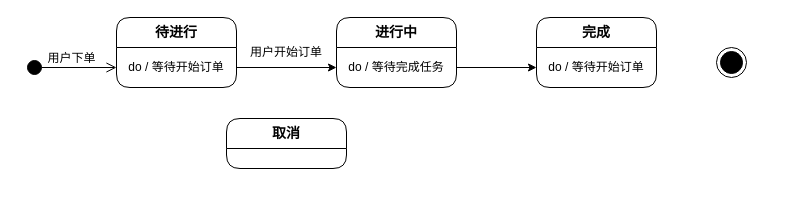
The draw.io diagram 订单状态机.drawio in mochaDMQ/myPicture, before the edit. Source tidied: cells renumbered, new cells numbered last; positions are measured from the earlier drawing's top-left corner, leaving out a move shared by most shapes. Both pictures are drawn from the tidied source at 100%, with x=0, y=0 at pixel (26, 17).
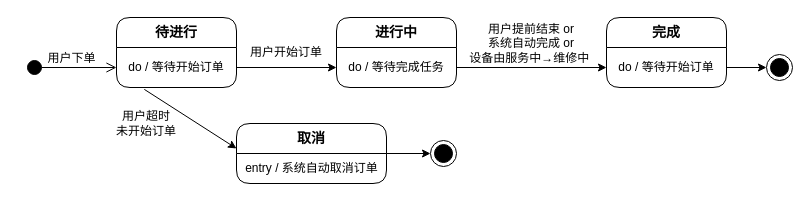
After the change.

Commit message:
更新订单状态机.drawio

Unchanged cells that the change refers to:
```xml
<mxCell id="4" value="do / 等待开始订单" style="text;html=1;strokeColor=none;fillColor=none;align=center;verticalAlign=middle;spacingLeft=4;spacingRight=4;overflow=hidden;points=[[0,0.5],[1,0.5]];portConstraint=eastwest;whiteSpace=wrap;" parent="3" vertex="1">
  <mxGeometry y="30" width="120" height="40" as="geometry" />
</mxCell>
<mxCell id="9" value="do / 等待开始订单" style="text;html=1;strokeColor=none;fillColor=none;align=center;verticalAlign=middle;spacingLeft=4;spacingRight=4;overflow=hidden;points=[[0,0.5],[1,0.5]];portConstraint=eastwest;whiteSpace=wrap;" parent="8" vertex="1">
  <mxGeometry y="30" width="120" height="40" as="geometry" />
</mxCell>
```

What changed in the source:
```diff
@@
     <mxCell id="7" value="&lt;div&gt;&lt;span style=&quot;background-color: transparent; color: light-dark(rgb(0, 0, 0), rgb(255, 255, 255));&quot;&gt;&lt;b&gt;&lt;font style=&quot;font-size: 14px;&quot;&gt;取消&lt;/font&gt;&lt;/b&gt;&lt;/span&gt;&lt;/div&gt;" style="swimlane;fontStyle=0;align=center;verticalAlign=top;horizontal=1;startSize=30;html=1;whiteSpace=wrap;rounded=1;" parent="1" vertex="1">
-      <mxGeometry x="200" y="101" width="120" height="50" as="geometry" />
+      <mxGeometry x="210" y="106" width="150" height="60" as="geometry" />
     </mxCell>
+    <mxCell id="14" value="entry / 系统自动取消订单" style="text;html=1;align=center;verticalAlign=middle;strokeColor=none;fillColor=none;" parent="7" vertex="1">
+      <mxGeometry y="30" width="150" height="30" as="geometry" />
+    </mxCell>
     <mxCell id="8" value="&lt;div&gt;&lt;span style=&quot;background-color: transparent; color: light-dark(rgb(0, 0, 0), rgb(255, 255, 255));&quot;&gt;&lt;b&gt;&lt;font style=&quot;font-size: 14px;&quot;&gt;完成&lt;/font&gt;&lt;/b&gt;&lt;/span&gt;&lt;/div&gt;" style="swimlane;fontStyle=0;align=center;verticalAlign=top;horizontal=1;startSize=30;html=1;whiteSpace=wrap;rounded=1;" parent="1" vertex="1">
-      <mxGeometry x="510" width="120" height="70" as="geometry" />
+      <mxGeometry x="580" width="120" height="70" as="geometry" />
     </mxCell>
@@
     <mxCell id="12" style="ellipse;html=1;shape=endState;fillColor=strokeColor;" parent="1" vertex="1">
-      <mxGeometry x="690" y="30" width="30" height="30" as="geometry" />
+      <mxGeometry x="740" y="37" width="26" height="26" as="geometry" />
     </mxCell>
@@
+    <mxCell id="15" value="用户提前结束 or&lt;div&gt;系统自动完成 or&lt;/div&gt;&lt;div&gt;设备由服务中→维修中&amp;nbsp;&lt;/div&gt;" style="text;html=1;align=center;verticalAlign=middle;whiteSpace=wrap;rounded=0;spacing=0;" parent="1" vertex="1">
+      <mxGeometry x="440" y="11" width="130" height="30" as="geometry" />
+    </mxCell>
+    <mxCell id="16" style="edgeStyle=orthogonalEdgeStyle;rounded=0;jettySize=auto;html=1;exitX=1;exitY=0.5;exitDx=0;exitDy=0;entryX=0;entryY=0.5;entryDx=0;entryDy=0;" parent="1" edge="1" source="9" target="12">
+      <mxGeometry relative="1" as="geometry" />
+    </mxCell>
+    <mxCell id="17" style="endArrow=classic;html=1;rounded=0;exitX=0.232;exitY=1.047;exitDx=0;exitDy=0;exitPerimeter=0;" parent="1" edge="1" source="4">
+      <mxGeometry relative="1" as="geometry">
+        <mxPoint x="210" y="131" as="targetPoint" />
+      </mxGeometry>
+    </mxCell>
+    <mxCell id="18" value="用户超时&lt;div&gt;未开始订单&lt;/div&gt;" style="text;html=1;align=center;verticalAlign=middle;whiteSpace=wrap;rounded=0;" parent="1" vertex="1">
+      <mxGeometry x="80" y="91" width="80" height="30" as="geometry" />
+    </mxCell>
+    <mxCell id="19" style="ellipse;html=1;shape=endState;fillColor=strokeColor;" parent="1" vertex="1">
+      <mxGeometry x="404" y="123" width="26" height="26" as="geometry" />
+    </mxCell>
+    <mxCell id="20" style="endArrow=classic;html=1;rounded=0;entryX=0;entryY=0.5;entryDx=0;entryDy=0;" parent="1" edge="1" target="19">
+      <mxGeometry relative="1" as="geometry">
+        <mxPoint x="360" y="136" as="sourcePoint" />
+      </mxGeometry>
+    </mxCell>
```
